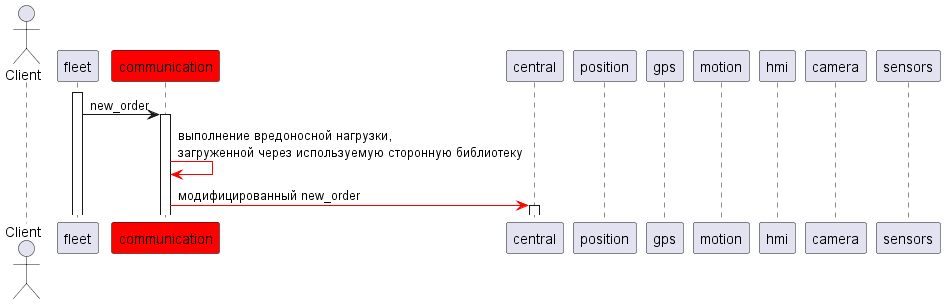
Above: pics/sd_4.png in Fishonground/Delivery (PlantUML), before the change. The source it was exported from:
```plantuml
@startuml
actor "Client" as c
participant fleet
participant communication #red
participant central
participant position
participant gps
participant motion
participant hmi
participant camera
participant sensors


fleet++
fleet -> communication++: new_order
communication -[#red]> communication : выполнение вредоносной нагрузки, \nзагруженной через используемую сторонную библиотеку
communication -[#red]> central++: модифицированный new_order
@enduml
```
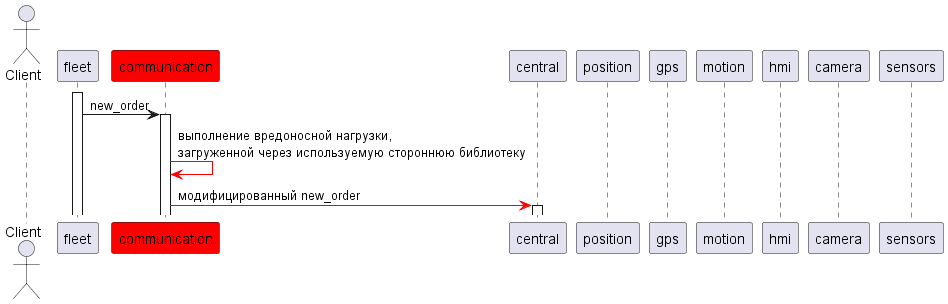
After the change.

Change to the diagram source:
```diff
@@ -13,6 +13,6 @@
 
 fleet++
 fleet -> communication++: new_order
-communication -[#red]> communication : выполнение вредоносной нагрузки, \nзагруженной через используемую сторонную библиотеку
+communication -[#red]> communication : выполнение вредоносной нагрузки, \nзагруженной через используемую стороннюю библиотеку
 communication -[#red]> central++: модифицированный new_order
 @enduml
```
